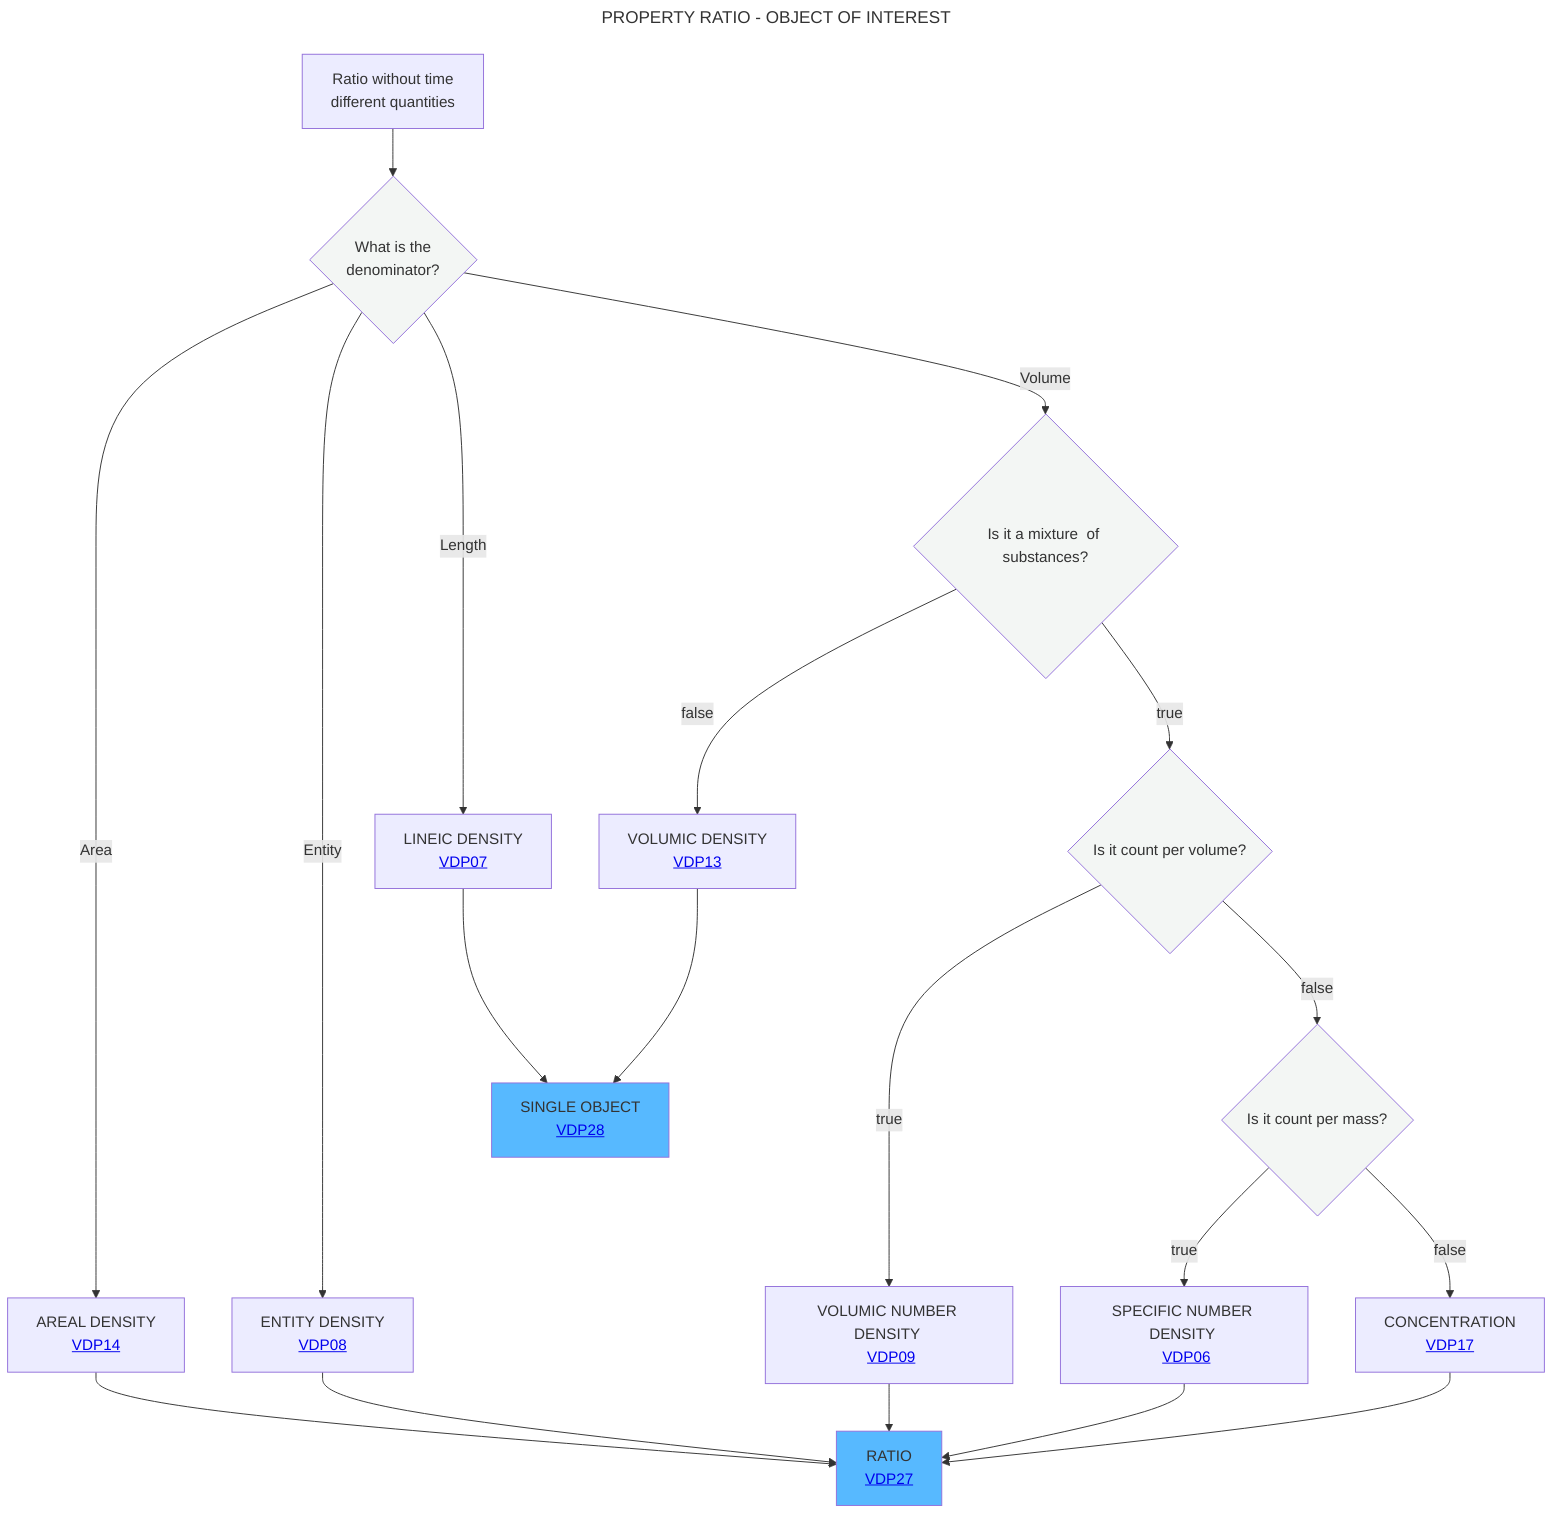
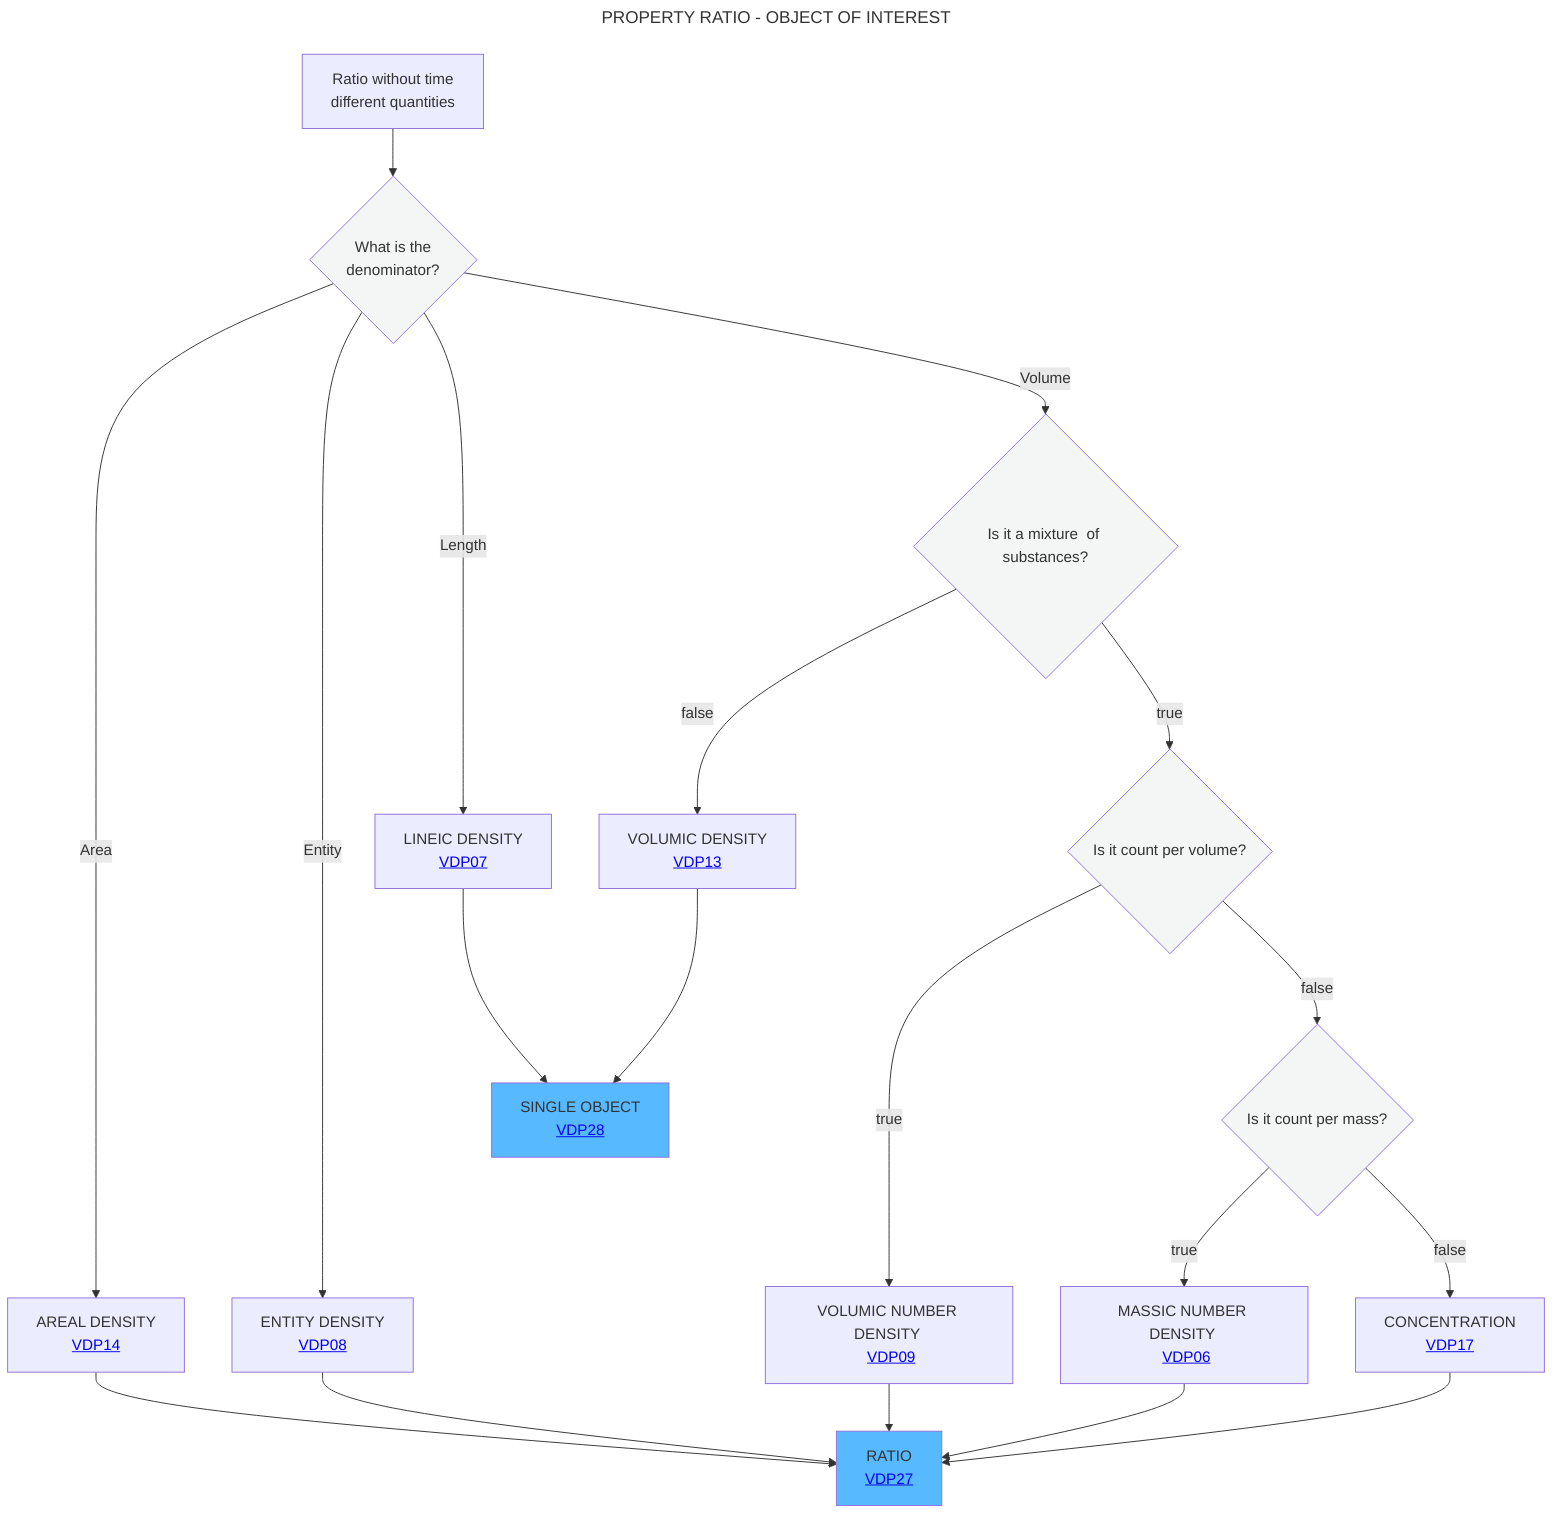
---
title: PROPERTY RATIO - OBJECT OF INTEREST
---
flowchart TD
    A[Ratio without time <br> different quantities] --> B{What is the <br> denominator?}:::white
    B -- Area -->C[AREAL DENSITY <br> <a href='https://github.com/mabablue/I-ADOPT-patterns-playground/blob/main/pattern/VDP14.yaml'>VDP14</a>]
    B -- Entity -->F[ENTITY DENSITY <br> <a href='https://github.com/mabablue/I-ADOPT-patterns-playground/blob/main/pattern/VDP08.yaml'>VDP08</a>]
    B -- Length -->D[LINEIC DENSITY <br> <a href='https://github.com/mabablue/I-ADOPT-patterns-playground/blob/main/pattern/VDP07.yaml'>VDP07</a>]
    B -- Volume -->G{Is it a mixture <be> of substances?}:::white
    G --> |false|H[VOLUMIC DENSITY <br> <a href='https://github.com/mabablue/I-ADOPT-patterns-playground/blob/main/pattern/VDP13.yaml'>VDP13</a>]
    G--> |true|J{Is it count per volume?}:::white
    J --> |true|I[VOLUMIC NUMBER DENSITY <br> <a href='https://github.com/mabablue/I-ADOPT-patterns-playground/blob/main/pattern/VDP09.yaml'>VDP09</a>]
    J --> |false|K{Is it count per mass?}:::white
-     K --> |true|L[SPECIFIC NUMBER DENSITY <br> <a href='https://github.com/mabablue/I-ADOPT-patterns-playground/blob/main/pattern/VDP06.yaml'>VDP06</a>]
+     K --> |true|L[MASSIC NUMBER DENSITY <br> <a href='https://github.com/mabablue/I-ADOPT-patterns-playground/blob/main/pattern/VDP06.yaml'>VDP06</a>]
    K --> |false|M[CONCENTRATION <br> <a href='https://github.com/mabablue/I-ADOPT-patterns-playground/blob/main/pattern/VDP17.yaml'>VDP17</a>]
    I --> N
    C --> N[RATIO <br> <a href='https://github.com/mabablue/I-ADOPT-patterns-playground/blob/main/pattern/VDP27.yaml'>VDP27</a>]:::satblue
    F --> N
    D --> O[SINGLE OBJECT <br> <a href='https://github.com/mabablue/I-ADOPT-patterns-playground/blob/main/pattern/VDP28.yaml'>VDP28</a>]:::satblue
    H --> O
    L --> N
    M --> N
   classDef blue fill:#90D5FF
   classDef satblue fill:#57B9FF
   classDef white fill:#f3f6f4
   classDef green fill:#6aa84f
